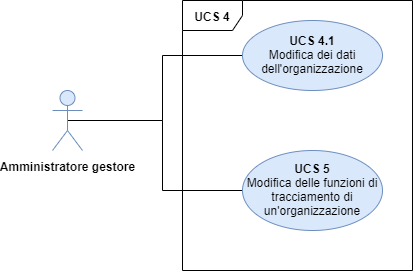
The draw.io diagram DocumentazioneEsterna/AnalisiDeiRequisiti/Sezioni/UseCase/Immagini/UCS4.png in qb-team/Stalker-Documentazione, before a commit. Source tidied: cells renumbered, new cells last; positions are measured from the earlier drawing's top-left corner, leaving out a move shared by most shapes.
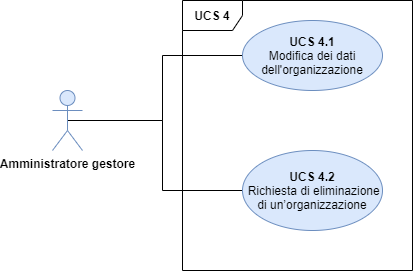
After the change.

What changed in the source:
```diff
@@ -17,7 +17,7 @@
     <mxCell id="6" value="&lt;b&gt;UCS 4.1&lt;/b&gt;&lt;br&gt;Modifica dei dati dell'organizzazione" style="ellipse;whiteSpace=wrap;html=1;fillColor=#dae8fc;strokeColor=#6c8ebf;" parent="1" vertex="1">
       <mxGeometry x="190" y="20" width="140" height="70" as="geometry" />
     </mxCell>
-    <mxCell id="7" value="&lt;b&gt;UCS 5&lt;/b&gt;&lt;br&gt;Modifica delle funzioni di tracciamento di un'organizzazione" style="ellipse;whiteSpace=wrap;html=1;fillColor=#dae8fc;strokeColor=#6c8ebf;" parent="1" vertex="1">
+    <mxCell id="7" value="&lt;b&gt;UCS 4.2&lt;/b&gt;&lt;br&gt;&amp;nbsp;Richiesta di eliminazione di un’organizzazione" style="ellipse;whiteSpace=wrap;html=1;fillColor=#dae8fc;strokeColor=#6c8ebf;" parent="1" vertex="1">
       <mxGeometry x="190" y="150" width="140" height="80" as="geometry" />
     </mxCell>
   </root>
```
